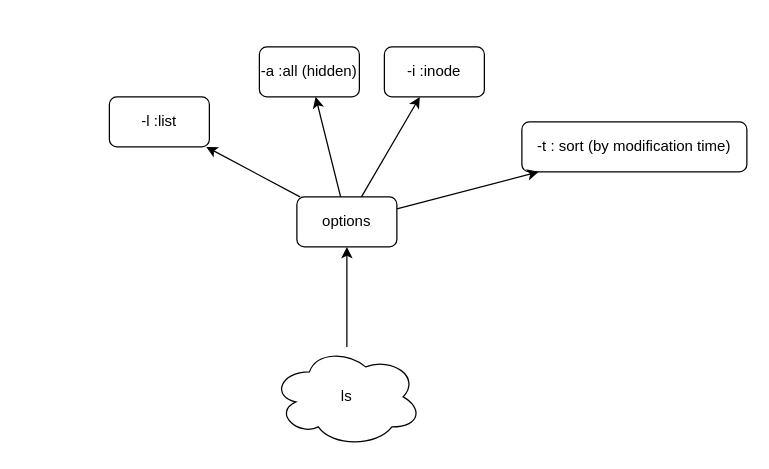
Above: Chapter_5/ls.drawio in Mondotosz/MA-07 (draw.io), before the change. Source tidied: cells renumbered, new cells numbered last; positions are measured from the earlier drawing's top-left corner, leaving out a move shared by most shapes. Both pictures are drawn from the tidied source at 125%, with x=0, y=0 at pixel (109, 46).
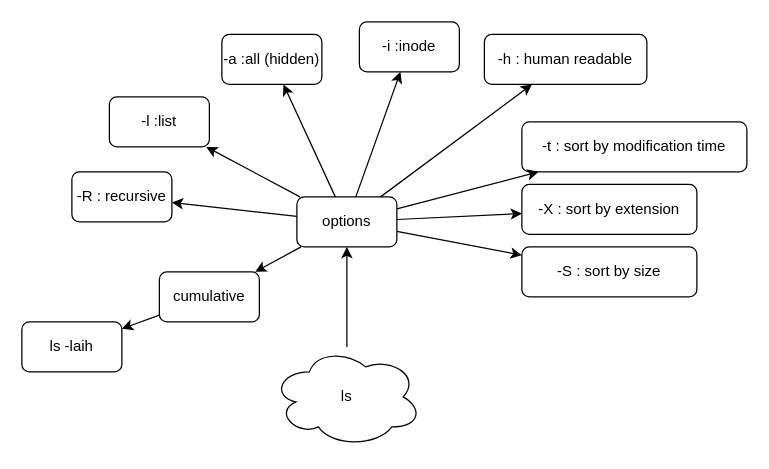
Above is the later version.

Unchanged cells that the change refers to:
```xml
<mxCell id="3" value="options" style="rounded=1;whiteSpace=wrap;html=1;" parent="1" vertex="1">
  <mxGeometry x="150" y="120" width="80" height="40" as="geometry" />
</mxCell>
```

The edit, as a diff of the source:
```diff
@@
     <mxCell id="6" value="-a :all (hidden)" style="rounded=1;whiteSpace=wrap;html=1;" parent="1" vertex="1">
-      <mxGeometry x="120" width="80" height="40" as="geometry" />
+      <mxGeometry x="90" y="-10" width="80" height="40" as="geometry" />
     </mxCell>
@@
     <mxCell id="9" value="-i :inode" style="rounded=1;whiteSpace=wrap;html=1;" parent="1" vertex="1">
-      <mxGeometry x="220" width="80" height="40" as="geometry" />
+      <mxGeometry x="200" y="-20" width="80" height="40" as="geometry" />
     </mxCell>
@@
-    <mxCell id="11" value="-t : sort (by modification time)" style="rounded=1;whiteSpace=wrap;html=1;" parent="1" vertex="1">
+    <mxCell id="11" value="-t : sort by modification time" style="rounded=1;whiteSpace=wrap;html=1;" parent="1" vertex="1">
       <mxGeometry x="330" y="60" width="180" height="40" as="geometry" />
     </mxCell>
@@
+    <mxCell id="13" value="-X : sort by extension" style="rounded=1;whiteSpace=wrap;html=1;" parent="1" vertex="1">
+      <mxGeometry x="330" y="110" width="140" height="40" as="geometry" />
+    </mxCell>
+    <mxCell id="14" value="-S : sort by size" style="rounded=1;whiteSpace=wrap;html=1;" parent="1" vertex="1">
+      <mxGeometry x="330" y="160" width="140" height="40" as="geometry" />
+    </mxCell>
+    <mxCell id="15" style="endArrow=classic;html=1;" parent="1" edge="1" source="3" target="13">
+      <mxGeometry relative="1" as="geometry" />
+    </mxCell>
+    <mxCell id="16" style="endArrow=classic;html=1;" parent="1" edge="1" source="3" target="14">
+      <mxGeometry relative="1" as="geometry" />
+    </mxCell>
+    <mxCell id="17" value="-R : recursive" style="rounded=1;whiteSpace=wrap;html=1;" parent="1" vertex="1">
+      <mxGeometry x="-30" y="100" width="80" height="40" as="geometry" />
+    </mxCell>
+    <mxCell id="18" style="endArrow=classic;html=1;" parent="1" edge="1" source="3" target="17">
+      <mxGeometry relative="1" as="geometry" />
+    </mxCell>
+    <mxCell id="19" value="cumulative" style="rounded=1;whiteSpace=wrap;html=1;" parent="1" vertex="1">
+      <mxGeometry x="40" y="180" width="80" height="40" as="geometry" />
+    </mxCell>
+    <mxCell id="20" style="endArrow=classic;html=1;" parent="1" edge="1" source="3" target="19">
+      <mxGeometry relative="1" as="geometry" />
+    </mxCell>
+    <mxCell id="21" style="endArrow=classic;html=1;" parent="1" edge="1" source="19" target="22">
+      <mxGeometry relative="1" as="geometry" />
+    </mxCell>
+    <mxCell id="22" value="ls -laih" style="rounded=1;whiteSpace=wrap;html=1;" parent="1" vertex="1">
+      <mxGeometry x="-70" y="220" width="80" height="40" as="geometry" />
+    </mxCell>
+    <mxCell id="23" value="-h : human readable" style="rounded=1;whiteSpace=wrap;html=1;" parent="1" vertex="1">
+      <mxGeometry x="300" y="-10" width="130" height="40" as="geometry" />
+    </mxCell>
+    <mxCell id="24" style="endArrow=classic;html=1;" parent="1" edge="1" source="3" target="23">
+      <mxGeometry relative="1" as="geometry" />
+    </mxCell>
```
